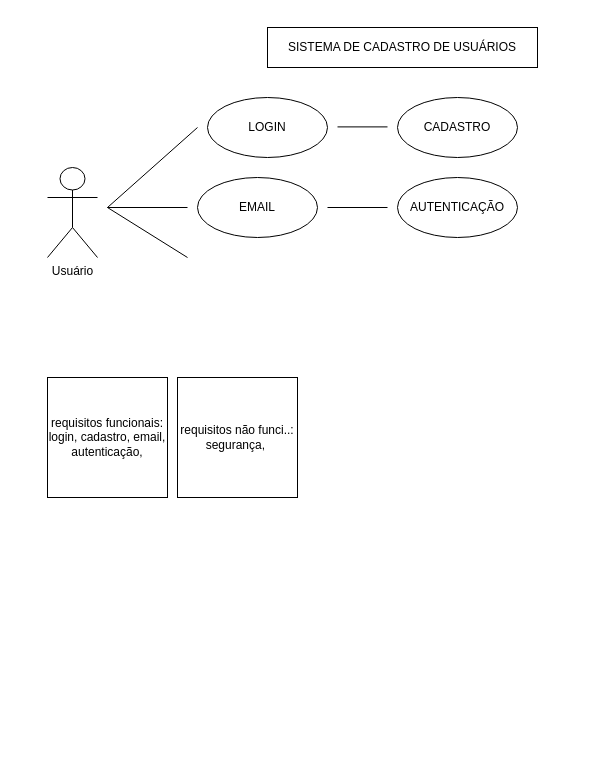
Before: page "Página-6" (6 of 6) of Diagrama sem nome.drawio in iisabelleandrade/diagramasderequisitos, a draw.io diagram. Source tidied: cells renumbered, new cells numbered last; positions are measured from the earlier drawing's top-left corner, leaving out a move shared by most shapes. Both pictures are drawn from the tidied source at 100%, with x=0, y=0 at pixel (47, 27).
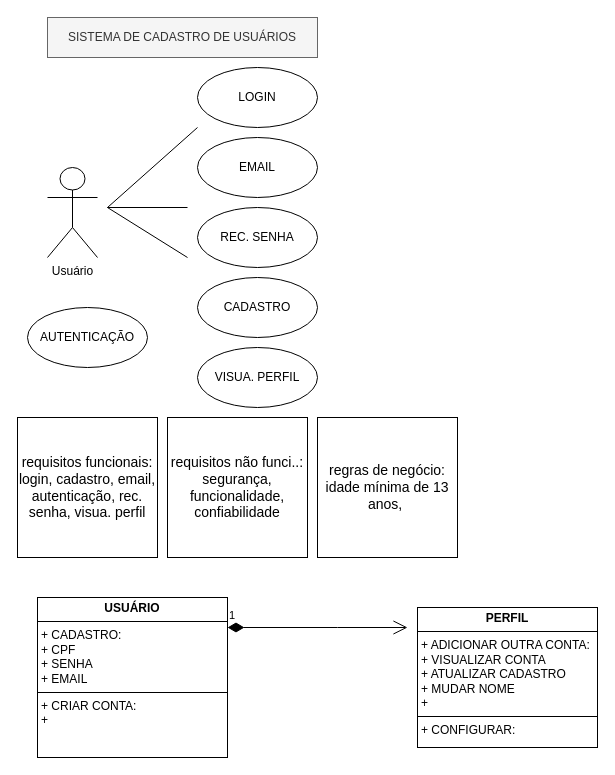
The same page after the edit.

The edit, as a diff of the source:
```diff
@@
-    <mxCell id="2" value="SISTEMA DE CADASTRO DE USUÁRIOS" style="rounded=0;whiteSpace=wrap;html=1;" parent="1" vertex="1">
-      <mxGeometry x="220" width="270" height="40" as="geometry" />
+    <mxCell id="2" value="SISTEMA DE CADASTRO DE USUÁRIOS" style="rounded=0;whiteSpace=wrap;html=1;fillColor=#f5f5f5;fontColor=#333333;strokeColor=#666666;" parent="1" vertex="1">
+      <mxGeometry y="-10" width="270" height="40" as="geometry" />
     </mxCell>
@@
     <mxCell id="4" value="CADASTRO" style="ellipse;whiteSpace=wrap;html=1;" parent="1" vertex="1">
-      <mxGeometry x="350" y="70" width="120" height="60" as="geometry" />
+      <mxGeometry x="150" y="250" width="120" height="60" as="geometry" />
     </mxCell>
     <mxCell id="5" value="LOGIN" style="ellipse;whiteSpace=wrap;html=1;" parent="1" vertex="1">
-      <mxGeometry x="160" y="70" width="120" height="60" as="geometry" />
+      <mxGeometry x="150" y="40" width="120" height="60" as="geometry" />
     </mxCell>
     <mxCell id="6" value="EMAIL" style="ellipse;whiteSpace=wrap;html=1;" parent="1" vertex="1">
-      <mxGeometry x="150" y="150" width="120" height="60" as="geometry" />
+      <mxGeometry x="150" y="110" width="120" height="60" as="geometry" />
     </mxCell>
@@
-    <mxCell id="10" style="endArrow=none;html=1;rounded=0;" parent="1" edge="1">
-      <mxGeometry relative="1" as="geometry">
-        <mxPoint x="290" y="99.4" as="sourcePoint" />
-        <mxPoint x="340" y="99.4" as="targetPoint" />
-      </mxGeometry>
-    </mxCell>
-    <mxCell id="11" style="endArrow=none;html=1;rounded=0;" parent="1" edge="1">
-      <mxGeometry relative="1" as="geometry">
-        <mxPoint x="280" y="180" as="sourcePoint" />
-        <mxPoint x="340" y="180" as="targetPoint" />
-      </mxGeometry>
-    </mxCell>
     <mxCell id="12" value="AUTENTICAÇÃO" style="ellipse;whiteSpace=wrap;html=1;" parent="1" vertex="1">
-      <mxGeometry x="350" y="150" width="120" height="60" as="geometry" />
+      <mxGeometry x="-20" y="280" width="120" height="60" as="geometry" />
     </mxCell>
-    <mxCell id="13" value="requisitos funcionais:&lt;div&gt;login, cadastro, email, autenticação,&lt;/div&gt;" style="whiteSpace=wrap;html=1;" parent="1" vertex="1">
-      <mxGeometry y="350" width="120" height="120" as="geometry" />
+    <mxCell id="13" value="&lt;font style=&quot;font-size: 14px;&quot;&gt;requisitos funcionais:&lt;/font&gt;&lt;div&gt;&lt;font style=&quot;font-size: 14px;&quot;&gt;login, cadastro, email, autenticação, rec. senha, visua. perfil&lt;/font&gt;&lt;/div&gt;" style="whiteSpace=wrap;html=1;" parent="1" vertex="1">
+      <mxGeometry x="-30" y="390" width="140" height="140" as="geometry" />
     </mxCell>
-    <mxCell id="14" value="requisitos não funci..:&lt;div&gt;segurança,&amp;nbsp;&lt;/div&gt;" style="whiteSpace=wrap;html=1;" parent="1" vertex="1">
-      <mxGeometry x="130" y="350" width="120" height="120" as="geometry" />
+    <mxCell id="14" value="&lt;font style=&quot;font-size: 14px;&quot;&gt;requisitos não funci..:&lt;/font&gt;&lt;div&gt;&lt;font style=&quot;font-size: 14px;&quot;&gt;segurança, funcionalidade, confiabilidade&lt;/font&gt;&lt;/div&gt;" style="whiteSpace=wrap;html=1;" parent="1" vertex="1">
+      <mxGeometry x="120" y="390" width="140" height="140" as="geometry" />
     </mxCell>
+    <mxCell id="15" value="&lt;font&gt;regras de negócio:&lt;/font&gt;&lt;div&gt;idade mínima de 13 anos,&amp;nbsp;&lt;/div&gt;" style="whiteSpace=wrap;html=1;fontSize=14;" parent="1" vertex="1">
+      <mxGeometry x="270" y="390" width="140" height="140" as="geometry" />
+    </mxCell>
+    <mxCell id="16" value="REC. SENHA" style="ellipse;whiteSpace=wrap;html=1;" parent="1" vertex="1">
+      <mxGeometry x="150" y="180" width="120" height="60" as="geometry" />
+    </mxCell>
+    <mxCell id="17" value="VISUA. PERFIL" style="ellipse;whiteSpace=wrap;html=1;" parent="1" vertex="1">
+      <mxGeometry x="150" y="320" width="120" height="60" as="geometry" />
+    </mxCell>
+    <mxCell id="18" value="1" style="endArrow=open;html=1;endSize=12;startArrow=diamondThin;startSize=14;startFill=1;edgeStyle=orthogonalEdgeStyle;align=left;verticalAlign=bottom;rounded=0;" parent="1" edge="1" source="20">
+      <mxGeometry x="-1" y="3" relative="1" as="geometry">
+        <mxPoint x="360" y="600" as="targetPoint" />
+        <Array as="points">
+          <mxPoint x="290" y="600" />
+          <mxPoint x="290" y="600" />
+        </Array>
+      </mxGeometry>
+    </mxCell>
+    <mxCell id="19" value="&lt;p style=&quot;margin:0px;margin-top:4px;text-align:center;&quot;&gt;&lt;b&gt;PERFIL&lt;/b&gt;&lt;/p&gt;&lt;hr size=&quot;1&quot; style=&quot;border-style:solid;&quot;&gt;&lt;p style=&quot;margin:0px;margin-left:4px;&quot;&gt;+ ADICIONAR OUTRA CONTA:&amp;nbsp;&lt;/p&gt;&lt;p style=&quot;margin:0px;margin-left:4px;&quot;&gt;+ VISUALIZAR CONTA&lt;/p&gt;&lt;p style=&quot;margin:0px;margin-left:4px;&quot;&gt;+ ATUALIZAR CADASTRO&lt;/p&gt;&lt;p style=&quot;margin:0px;margin-left:4px;&quot;&gt;+ MUDAR NOME&lt;/p&gt;&lt;p style=&quot;margin:0px;margin-left:4px;&quot;&gt;+&lt;/p&gt;&lt;hr size=&quot;1&quot; style=&quot;border-style:solid;&quot;&gt;&lt;p style=&quot;margin:0px;margin-left:4px;&quot;&gt;+ CONFIGURAR:&amp;nbsp;&lt;/p&gt;" style="verticalAlign=top;align=left;overflow=fill;html=1;whiteSpace=wrap;rounded=0;shadow=0;glass=0;" parent="1" vertex="1">
+      <mxGeometry x="370" y="580" width="180" height="140" as="geometry" />
+    </mxCell>
+    <mxCell id="20" value="&lt;p style=&quot;margin:0px;margin-top:4px;text-align:center;&quot;&gt;&lt;b&gt;USUÁRIO&lt;/b&gt;&lt;/p&gt;&lt;hr size=&quot;1&quot; style=&quot;border-style:solid;&quot;&gt;&lt;p style=&quot;margin:0px;margin-left:4px;&quot;&gt;+ CADASTRO:&lt;/p&gt;&lt;p style=&quot;margin:0px;margin-left:4px;&quot;&gt;+ CPF&lt;/p&gt;&lt;p style=&quot;margin:0px;margin-left:4px;&quot;&gt;&lt;span style=&quot;background-color: transparent; color: light-dark(rgb(0, 0, 0), rgb(255, 255, 255));&quot;&gt;+ SENHA&lt;/span&gt;&lt;/p&gt;&lt;p style=&quot;margin:0px;margin-left:4px;&quot;&gt;&lt;span style=&quot;background-color: transparent; color: light-dark(rgb(0, 0, 0), rgb(255, 255, 255));&quot;&gt;+ EMAIL&lt;/span&gt;&lt;/p&gt;&lt;hr size=&quot;1&quot; style=&quot;border-style:solid;&quot;&gt;&lt;p style=&quot;margin:0px;margin-left:4px;&quot;&gt;+ CRIAR CONTA:&amp;nbsp;&lt;/p&gt;&lt;p style=&quot;margin:0px;margin-left:4px;&quot;&gt;+&lt;/p&gt;" style="verticalAlign=top;align=left;overflow=fill;html=1;whiteSpace=wrap;" parent="1" vertex="1">
+      <mxGeometry x="-10" y="570" width="190" height="160" as="geometry" />
+    </mxCell>
```
